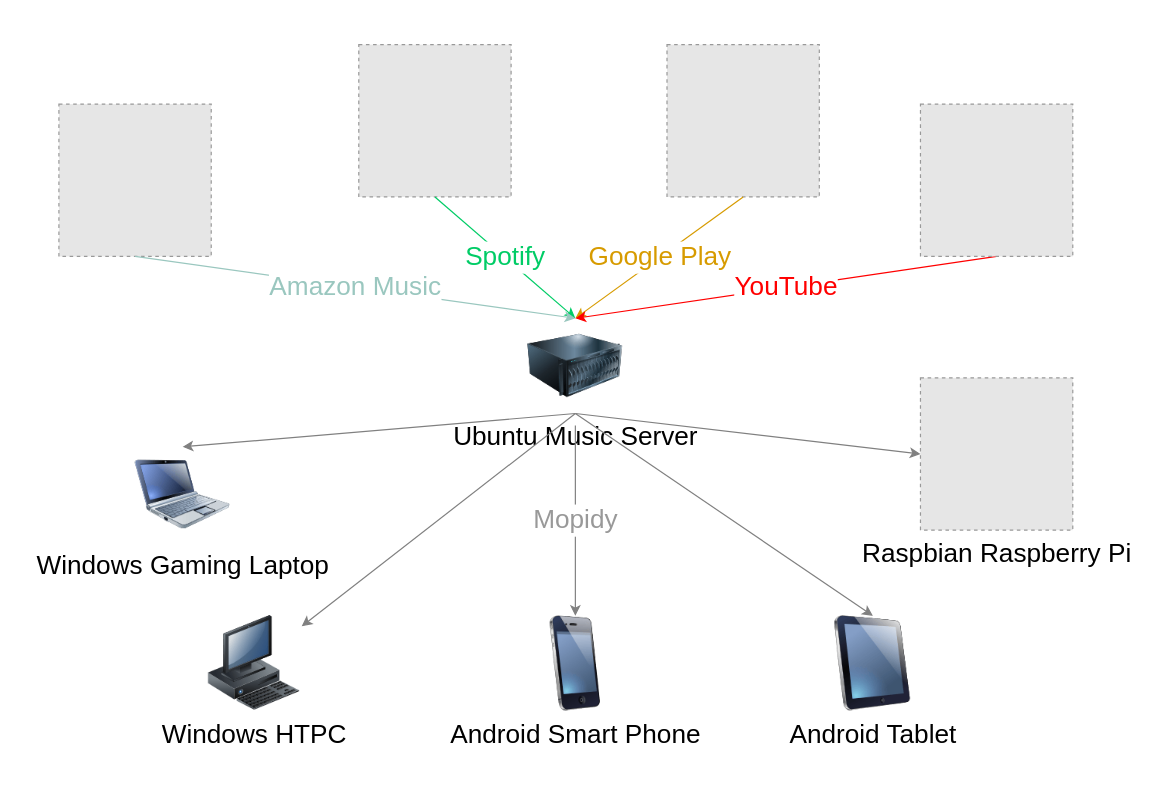
syedrali/architecture keeps this draw.io diagram as Music Streaming Service.drawio. Above is the earlier version. Source tidied: cells renumbered, new cells numbered last; positions are measured from the earlier drawing's top-left corner, leaving out a move shared by most shapes. Both pictures are drawn from the tidied source at 119%, with x=0, y=0 at pixel (58, 44). Pictures stored in the file or linked from it are replaced by grey dashed boxes.
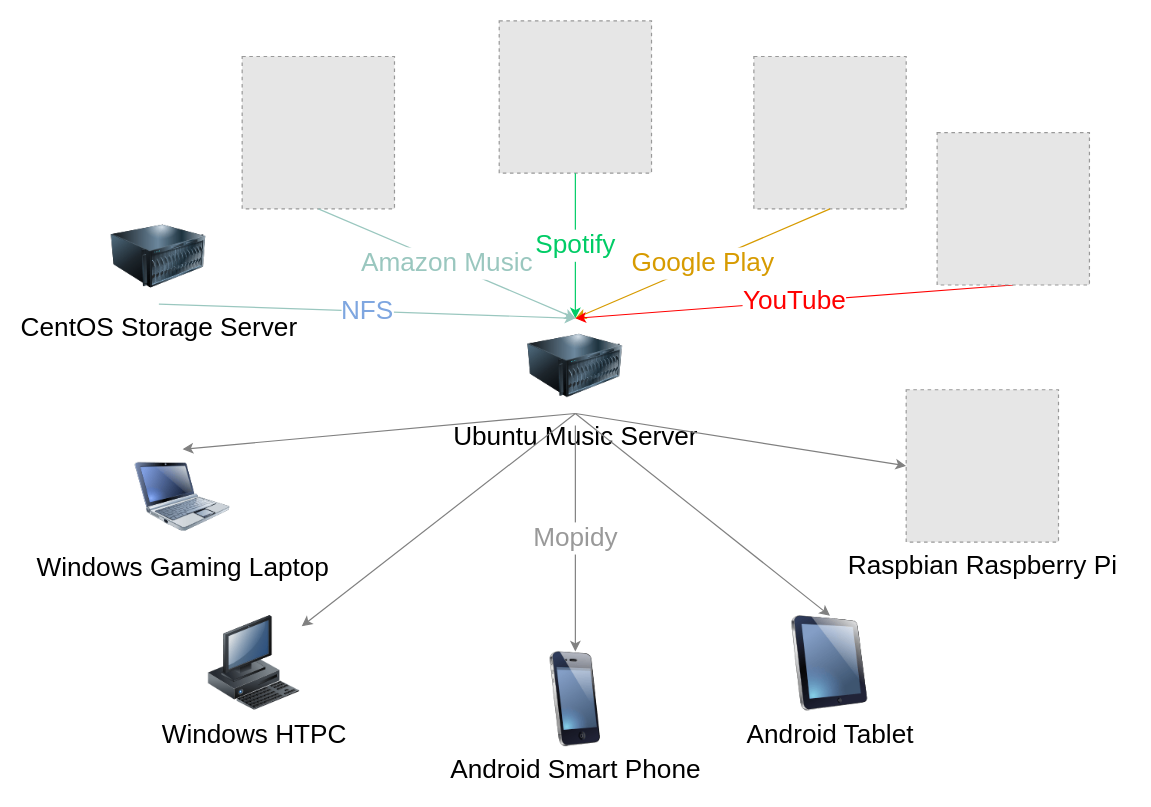
Above is the later version.

The change refers to these unchanged cells:
```xml
<mxCell id="6" value="&lt;font style=&quot;font-size: 22px&quot;&gt;Ubuntu Music Server&lt;br&gt;&lt;/font&gt;" style="image;html=1;labelBackgroundColor=#ffffff;image=img/lib/clip_art/computers/Server_128x128.png;" parent="1" vertex="1">
  <mxGeometry x="394" y="230" width="80" height="80" as="geometry" />
</mxCell>
```

What changed in the source:
```diff
@@
     <mxCell id="2" value="Android Tablet&lt;br&gt;" style="image;html=1;labelBackgroundColor=#ffffff;image=img/lib/clip_art/computers/iPad_128x128.png;rounded=1;shadow=0;comic=0;strokeColor=#000000;strokeWidth=2;fillColor=#FFFFFF;fontSize=22;fontColor=#000000;" parent="1" vertex="1">
-      <mxGeometry x="644" y="480" width="80" height="80" as="geometry" />
+      <mxGeometry x="608" y="480" width="80" height="80" as="geometry" />
     </mxCell>
@@
     <mxCell id="4" value="Android Smart Phone" style="image;html=1;labelBackgroundColor=#ffffff;image=img/lib/clip_art/telecommunication/iPhone_128x128.png;rounded=1;shadow=0;comic=0;strokeColor=#000000;strokeWidth=2;fillColor=#FFFFFF;fontSize=22;fontColor=#000000;" parent="1" vertex="1">
-      <mxGeometry x="394" y="480" width="80" height="80" as="geometry" />
+      <mxGeometry x="394" y="510" width="80" height="80" as="geometry" />
     </mxCell>
     <mxCell id="5" value="Windows Gaming Laptop" style="image;html=1;labelBackgroundColor=#ffffff;image=img/lib/clip_art/computers/Netbook_128x128.png;rounded=1;shadow=0;comic=0;strokeColor=#000000;strokeWidth=2;fillColor=#FFFFFF;fontSize=22;fontColor=#000000;" parent="1" vertex="1">
-      <mxGeometry x="64" y="338" width="80" height="80" as="geometry" />
+      <mxGeometry x="64" y="340" width="80" height="80" as="geometry" />
     </mxCell>
@@
     <mxCell id="11" value="&lt;br&gt;" style="fillColor=#E6E6E6;strokeColor=#999999;dashed=1;html=1;verticalAlign=top;verticalLabelPosition=bottom;labelBackgroundColor=#ffffff;fontColor=#00CC66;fontSize=22;" parent="1" vertex="1">
-      <mxGeometry x="252" width="128" height="128" as="geometry" />
+      <mxGeometry x="370" y="-20" width="128" height="128" as="geometry" />
     </mxCell>
@@
     <mxCell id="13" style="fillColor=#E6E6E6;strokeColor=#999999;dashed=1;html=1;verticalAlign=top;verticalLabelPosition=bottom;labelBackgroundColor=#ffffff;fontSize=22;fontColor=#00CC66;" parent="1" vertex="1">
-      <mxGeometry x="511" width="128" height="128" as="geometry" />
+      <mxGeometry x="584" y="10" width="128" height="128" as="geometry" />
     </mxCell>
@@
     <mxCell id="15" style="fillColor=#E6E6E6;strokeColor=#999999;dashed=1;html=1;verticalAlign=top;verticalLabelPosition=bottom;labelBackgroundColor=#ffffff;fontSize=22;fontColor=#D79B00;" parent="1" vertex="1">
-      <mxGeometry y="50" width="128" height="128" as="geometry" />
+      <mxGeometry x="154" y="10" width="128" height="128" as="geometry" />
     </mxCell>
@@
     <mxCell id="17" value="&lt;font style=&quot;font-size: 22px&quot; color=&quot;#000000&quot;&gt;Raspbian Raspberry Pi&lt;/font&gt;" style="fillColor=#E6E6E6;strokeColor=#999999;dashed=1;html=1;verticalAlign=top;verticalLabelPosition=bottom;labelBackgroundColor=#ffffff;fontSize=22;fontColor=#D79B00;" parent="1" vertex="1">
-      <mxGeometry x="724" y="280" width="128" height="128" as="geometry" />
+      <mxGeometry x="712" y="290" width="128" height="128" as="geometry" />
     </mxCell>
@@
     <mxCell id="20" style="fillColor=#E6E6E6;strokeColor=#999999;dashed=1;html=1;verticalAlign=top;verticalLabelPosition=bottom;labelBackgroundColor=#ffffff;" parent="1" vertex="1">
-      <mxGeometry x="724" y="50" width="128" height="128" as="geometry" />
+      <mxGeometry x="738" y="74" width="128" height="128" as="geometry" />
     </mxCell>
+    <mxCell id="21" value="&lt;font style=&quot;font-size: 22px&quot;&gt;CentOS Storage Server&lt;br&gt;&lt;/font&gt;" style="image;html=1;labelBackgroundColor=#ffffff;image=img/lib/clip_art/computers/Server_128x128.png;" parent="1" vertex="1">
+      <mxGeometry x="44" y="138" width="80" height="80" as="geometry" />
+    </mxCell>
+    <mxCell id="22" value="&lt;font&gt;NFS&lt;/font&gt;" style="endArrow=classic;html=1;entryX=0.5;entryY=0;entryDx=0;entryDy=0;fontColor=#7EA6E0;strokeColor=#9AC7BF;exitX=0.5;exitY=1;exitDx=0;exitDy=0;fillColor=#ffe6cc;fontSize=22;" parent="1" edge="1" source="21" target="6">
+      <mxGeometry relative="1" as="geometry" />
+    </mxCell>
```
